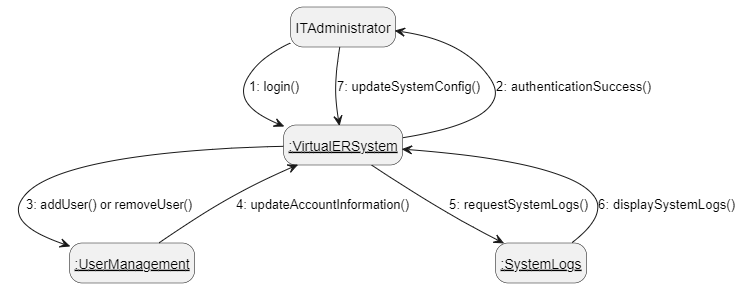
Above: milestone_2/Brandon_Diagrams/collaborationITAdministrator.png in SENG-350-2024-fall/Group2 (PlantUML), before the change. Its source is kept beside it as milestone_2/Brandon_Diagrams/collaborationITAdministrator.puml.
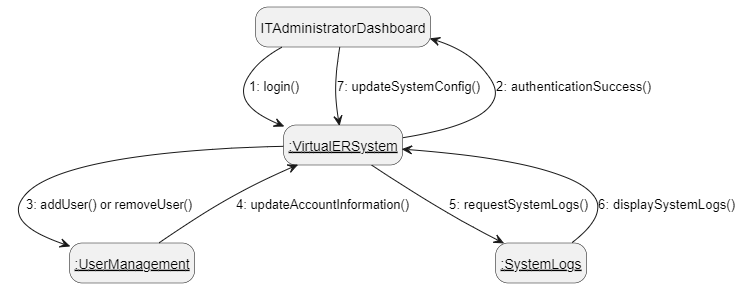
Later version of the same file.

The edit, as a diff of the source:
```diff
@@ -1,12 +1,12 @@
 @startuml ITAdministratorCollaboration
 hide empty description
 
-ITAdministrator --> __:VirtualERSystem__ : 1: login()
-__:VirtualERSystem__ --> ITAdministrator : 2: authenticationSuccess()
+ITAdministratorDashboard --> __:VirtualERSystem__ : 1: login()
+__:VirtualERSystem__ --> ITAdministratorDashboard : 2: authenticationSuccess()
 __:VirtualERSystem__ --> __:UserManagement__ : 3: addUser() or removeUser()
 __:UserManagement__ --> __:VirtualERSystem__ : 4: updateAccountInformation()
 __:VirtualERSystem__ --> __:SystemLogs__ : 5: requestSystemLogs()
 __:SystemLogs__ --> __:VirtualERSystem__ : 6: displaySystemLogs()
-ITAdministrator --> __:VirtualERSystem__ : 7: updateSystemConfig()
+ITAdministratorDashboard --> __:VirtualERSystem__ : 7: updateSystemConfig()
 
 @enduml
```
